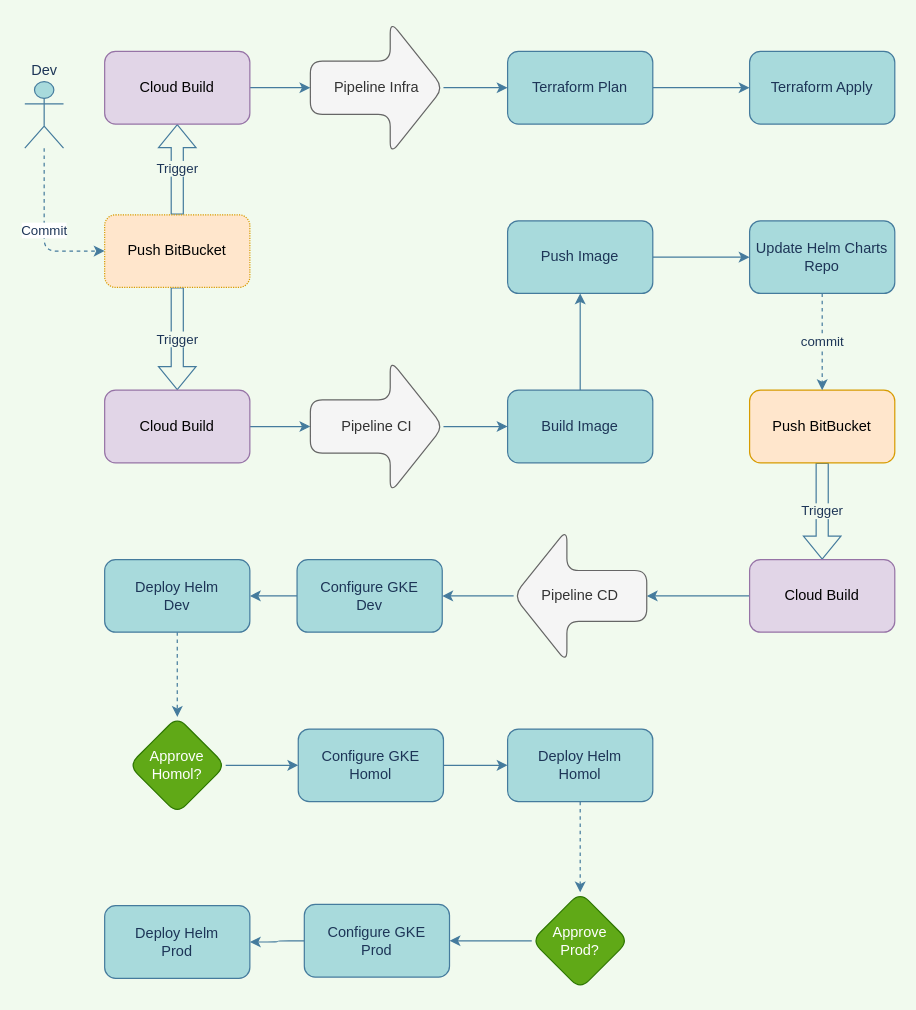
Earlier version of the draw.io diagram CICD/Flow GCP.drawio (skeeterx88/diagrams). Source tidied: cells renumbered, new cells numbered last; positions are measured from the earlier drawing's top-left corner, leaving out a move shared by most shapes. Both pictures are drawn from the tidied source at 121%, with x=0, y=0 at pixel (24, 21).
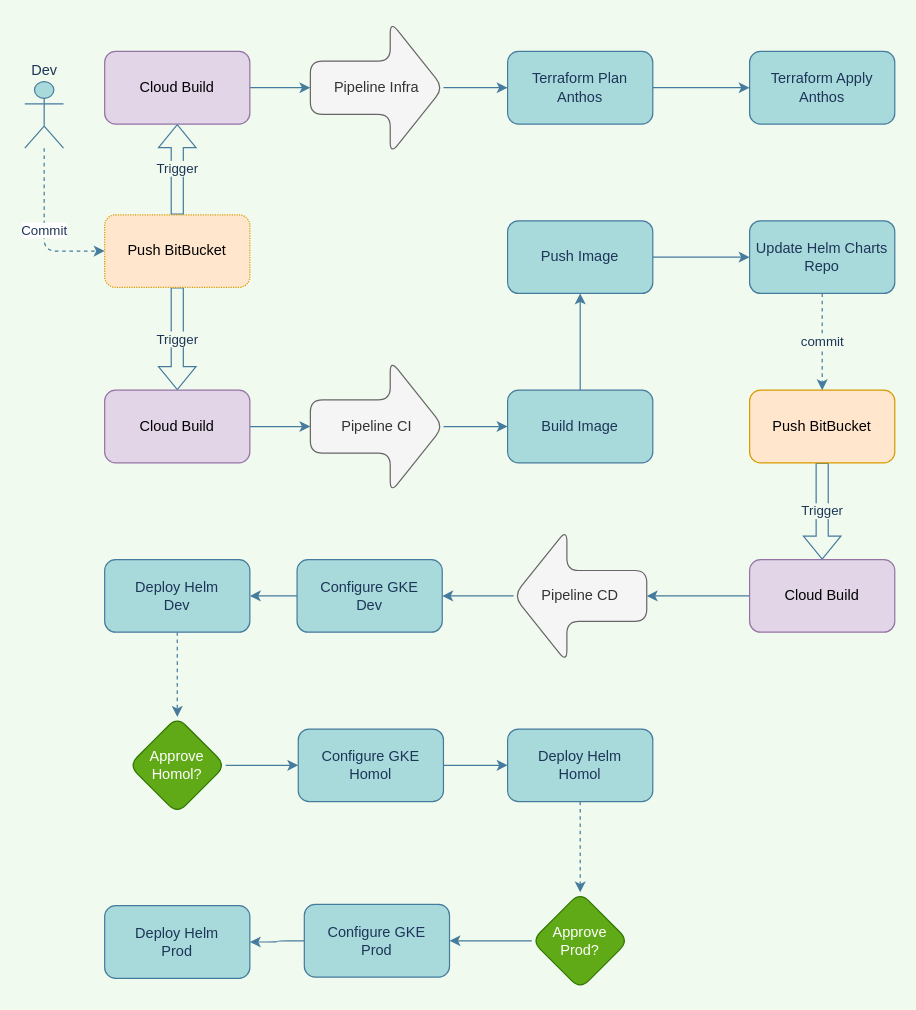
The same page after the edit.

What changed in the source:
```diff
@@
-    <mxCell id="10" value="Terraform Plan" style="whiteSpace=wrap;html=1;rounded=1;fillColor=#A8DADC;strokeColor=#457B9D;fontColor=#1D3557;" parent="1" vertex="1">
+    <mxCell id="10" value="&lt;div&gt;Terraform Plan&lt;/div&gt;&lt;div&gt;Anthos&lt;br&gt;&lt;/div&gt;" style="whiteSpace=wrap;html=1;rounded=1;fillColor=#A8DADC;strokeColor=#457B9D;fontColor=#1D3557;" parent="1" vertex="1">
       <mxGeometry x="399" y="25" width="120" height="60" as="geometry" />
     </mxCell>
-    <mxCell id="11" value="Terraform Apply" style="whiteSpace=wrap;html=1;rounded=1;fillColor=#A8DADC;strokeColor=#457B9D;fontColor=#1D3557;" parent="1" vertex="1">
+    <mxCell id="11" value="&lt;div&gt;Terraform Apply&lt;/div&gt;&lt;div&gt;Anthos&lt;br&gt;&lt;/div&gt;" style="whiteSpace=wrap;html=1;rounded=1;fillColor=#A8DADC;strokeColor=#457B9D;fontColor=#1D3557;" parent="1" vertex="1">
       <mxGeometry x="599" y="25" width="120" height="60" as="geometry" />
     </mxCell>
```
